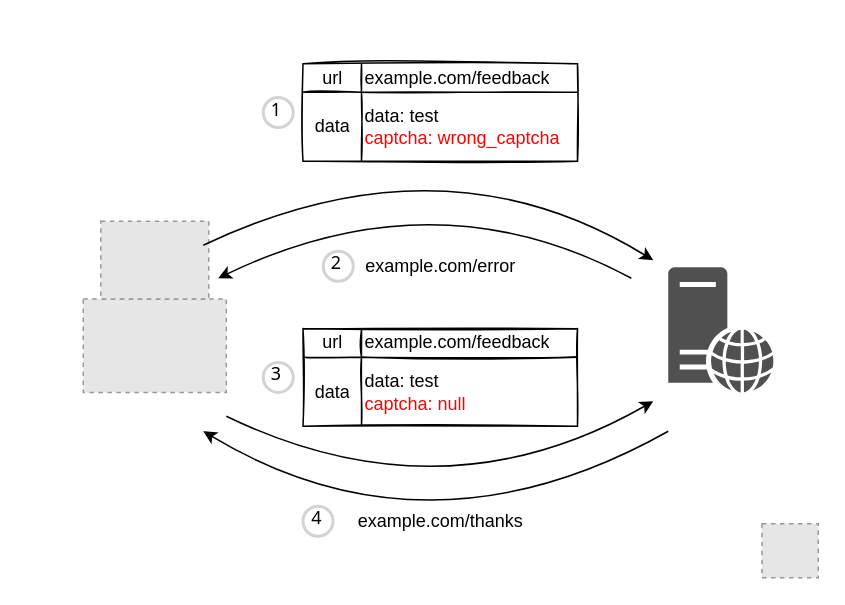
Earlier version of the draw.io diagram captcha-bypass.drawio (qeeqbox/captcha-bypass). Source tidied: cells renumbered, new cells numbered last; positions are measured from the earlier drawing's top-left corner, leaving out a move shared by most shapes. Both pictures are drawn from the tidied source at 150%, with x=0, y=0 at pixel (26, 26). Pictures stored in the file or linked from it are replaced by grey dashed boxes.
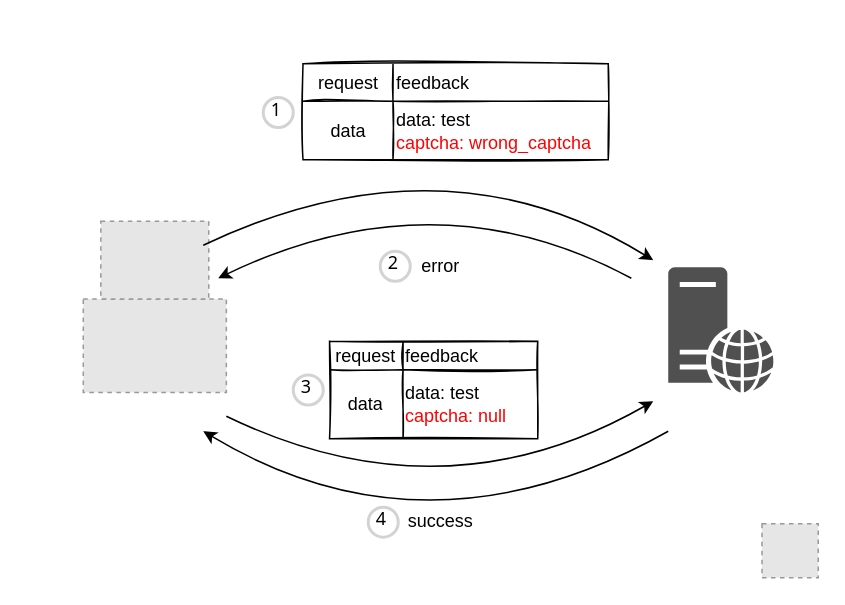
The same diagram, later.

Change to the diagram source:
```diff
@@
-    <mxCell id="8" value="example.com/error" style="text;html=1;align=center;verticalAlign=middle;strokeColor=none;fillColor=none;" parent="1" vertex="1">
-      <mxGeometry x="216" y="150" width="120" height="20" as="geometry" />
+    <mxCell id="8" value="error" style="text;html=1;align=center;verticalAlign=middle;strokeColor=none;fillColor=none;" parent="1" vertex="1">
+      <mxGeometry x="256" y="150" width="40" height="20" as="geometry" />
     </mxCell>
@@
-    <mxCell id="12" value="example.com/thanks" style="text;html=1;align=center;verticalAlign=middle;strokeColor=none;fillColor=none;" parent="1" vertex="1">
-      <mxGeometry x="211" y="320" width="130" height="20" as="geometry" />
+    <mxCell id="12" value="success" style="text;html=1;align=center;verticalAlign=middle;strokeColor=none;fillColor=none;" parent="1" vertex="1">
+      <mxGeometry x="246" y="320" width="60" height="20" as="geometry" />
     </mxCell>
@@
     <mxCell id="14" value="2" style="ellipse;whiteSpace=wrap;html=1;strokeWidth=2;fontFamily=Tahoma;spacingBottom=4;spacingRight=2;strokeColor=#d3d3d3;" parent="1" vertex="1">
-      <mxGeometry x="198" y="150" width="20" height="20" as="geometry" />
+      <mxGeometry x="236" y="150" width="20" height="20" as="geometry" />
     </mxCell>
     <mxCell id="15" value="3" style="ellipse;whiteSpace=wrap;html=1;strokeWidth=2;fontFamily=Tahoma;spacingBottom=4;spacingRight=2;strokeColor=#d3d3d3;" parent="1" vertex="1">
-      <mxGeometry x="158" y="224.1" width="20" height="20" as="geometry" />
+      <mxGeometry x="178" y="232.5" width="20" height="20" as="geometry" />
     </mxCell>
     <mxCell id="16" value="4" style="ellipse;whiteSpace=wrap;html=1;strokeWidth=2;fontFamily=Tahoma;spacingBottom=4;spacingRight=2;strokeColor=#d3d3d3;" parent="1" vertex="1">
-      <mxGeometry x="184.5" y="320" width="20" height="20" as="geometry" />
+      <mxGeometry x="228" y="320.6" width="20" height="20" as="geometry" />
     </mxCell>
@@
     <mxCell id="18" style="shape=table;html=1;whiteSpace=wrap;startSize=0;childLayout=tableLayout;align=left;rounded=0;shadow=0;sketch=1;arcSize=0;" parent="1" vertex="1">
-      <mxGeometry x="184.5" y="25" width="183" height="65" as="geometry" />
+      <mxGeometry x="184.5" y="25" width="203.5" height="64" as="geometry" />
     </mxCell>
     <mxCell id="19" style="shape=tableRow;horizontal=0;startSize=0;swimlaneHead=0;swimlaneBody=0;top=0;left=0;bottom=0;right=0;fillColor=none;" parent="18" vertex="1">
-      <mxGeometry width="183" height="19" as="geometry" />
+      <mxGeometry width="203.5" height="25" as="geometry" />
     </mxCell>
-    <mxCell id="20" value="url" style="shape=partialRectangle;html=1;whiteSpace=wrap;fillColor=none;top=0;left=0;bottom=0;right=0;overflow=hidden;" parent="19" vertex="1">
-      <mxGeometry width="39" height="19" as="geometry" />
+    <mxCell id="20" value="request" style="shape=partialRectangle;html=1;whiteSpace=wrap;fillColor=none;top=0;left=0;bottom=0;right=0;overflow=hidden;" parent="19" vertex="1">
+      <mxGeometry width="60" height="25" as="geometry" />
     </mxCell>
-    <mxCell id="21" value="&lt;span style=&quot;text-align: center&quot;&gt;example.com/feedback&lt;/span&gt;" style="shape=partialRectangle;html=1;whiteSpace=wrap;fillColor=none;top=0;left=0;bottom=0;right=0;overflow=hidden;align=left;" parent="19" vertex="1">
-      <mxGeometry x="39" width="144" height="19" as="geometry" />
+    <mxCell id="21" value="&lt;span style=&quot;text-align: center&quot;&gt;feedback&lt;/span&gt;" style="shape=partialRectangle;html=1;whiteSpace=wrap;fillColor=none;top=0;left=0;bottom=0;right=0;overflow=hidden;align=left;" parent="19" vertex="1">
+      <mxGeometry x="60" width="144" height="25" as="geometry" />
     </mxCell>
     <mxCell id="22" style="shape=tableRow;horizontal=0;startSize=0;swimlaneHead=0;swimlaneBody=0;top=0;left=0;bottom=0;right=0;fillColor=none;" parent="18" vertex="1">
-      <mxGeometry y="19" width="183" height="46" as="geometry" />
+      <mxGeometry y="25" width="203.5" height="39" as="geometry" />
     </mxCell>
     <mxCell id="23" value="data" style="shape=partialRectangle;html=1;whiteSpace=wrap;fillColor=none;top=0;left=0;bottom=0;right=0;overflow=hidden;" parent="22" vertex="1">
-      <mxGeometry width="39" height="46" as="geometry" />
+      <mxGeometry width="60" height="39" as="geometry" />
     </mxCell>
     <mxCell id="24" value="&lt;span&gt;data: test&lt;/span&gt;&lt;br&gt;&lt;span&gt;&lt;font color=&quot;#ff0000&quot;&gt;captcha: wrong_captcha&lt;/font&gt;&lt;/span&gt;" style="shape=partialRectangle;html=1;whiteSpace=wrap;fillColor=none;top=0;left=0;bottom=0;right=0;overflow=hidden;align=left;" parent="22" vertex="1">
-      <mxGeometry x="39" width="144" height="46" as="geometry" />
+      <mxGeometry x="60" width="144" height="39" as="geometry" />
     </mxCell>
     <mxCell id="25" style="shape=table;html=1;whiteSpace=wrap;startSize=0;childLayout=tableLayout;align=left;rounded=0;shadow=0;sketch=1;arcSize=0;" parent="1" vertex="1">
-      <mxGeometry x="184.5" y="201.6" width="183" height="65" as="geometry" />
+      <mxGeometry x="202.2" y="210" width="138.8" height="65" as="geometry" />
     </mxCell>
     <mxCell id="26" style="shape=tableRow;horizontal=0;startSize=0;swimlaneHead=0;swimlaneBody=0;top=0;left=0;bottom=0;right=0;fillColor=none;" parent="25" vertex="1">
-      <mxGeometry width="183" height="19" as="geometry" />
+      <mxGeometry width="138.8" height="19" as="geometry" />
     </mxCell>
-    <mxCell id="27" value="url" style="shape=partialRectangle;html=1;whiteSpace=wrap;fillColor=none;top=0;left=0;bottom=0;right=0;overflow=hidden;" parent="26" vertex="1">
-      <mxGeometry width="39" height="19" as="geometry" />
+    <mxCell id="27" value="request" style="shape=partialRectangle;html=1;whiteSpace=wrap;fillColor=none;top=0;left=0;bottom=0;right=0;overflow=hidden;" parent="26" vertex="1">
+      <mxGeometry width="49" height="19" as="geometry" />
     </mxCell>
-    <mxCell id="28" value="&lt;span style=&quot;text-align: center&quot;&gt;example.com/feedback&lt;/span&gt;" style="shape=partialRectangle;html=1;whiteSpace=wrap;fillColor=none;top=0;left=0;bottom=0;right=0;overflow=hidden;align=left;" parent="26" vertex="1">
-      <mxGeometry x="39" width="144" height="19" as="geometry" />
+    <mxCell id="28" value="&lt;span style=&quot;text-align: center&quot;&gt;feedback&lt;/span&gt;" style="shape=partialRectangle;html=1;whiteSpace=wrap;fillColor=none;top=0;left=0;bottom=0;right=0;overflow=hidden;align=left;" parent="26" vertex="1">
+      <mxGeometry x="49" width="90" height="19" as="geometry" />
     </mxCell>
     <mxCell id="29" style="shape=tableRow;horizontal=0;startSize=0;swimlaneHead=0;swimlaneBody=0;top=0;left=0;bottom=0;right=0;fillColor=none;" parent="25" vertex="1">
-      <mxGeometry y="19" width="183" height="46" as="geometry" />
+      <mxGeometry y="19" width="138.8" height="46" as="geometry" />
     </mxCell>
     <mxCell id="30" value="data" style="shape=partialRectangle;html=1;whiteSpace=wrap;fillColor=none;top=0;left=0;bottom=0;right=0;overflow=hidden;" parent="29" vertex="1">
-      <mxGeometry width="39" height="46" as="geometry" />
+      <mxGeometry width="49" height="46" as="geometry" />
     </mxCell>
     <mxCell id="31" value="&lt;span&gt;data: test&lt;/span&gt;&lt;br&gt;&lt;span&gt;&lt;font color=&quot;#ff0000&quot;&gt;captcha: null&lt;/font&gt;&lt;/span&gt;" style="shape=partialRectangle;html=1;whiteSpace=wrap;fillColor=none;top=0;left=0;bottom=0;right=0;overflow=hidden;align=left;" parent="29" vertex="1">
-      <mxGeometry x="39" width="144" height="46" as="geometry" />
+      <mxGeometry x="49" width="90" height="46" as="geometry" />
     </mxCell>
```
